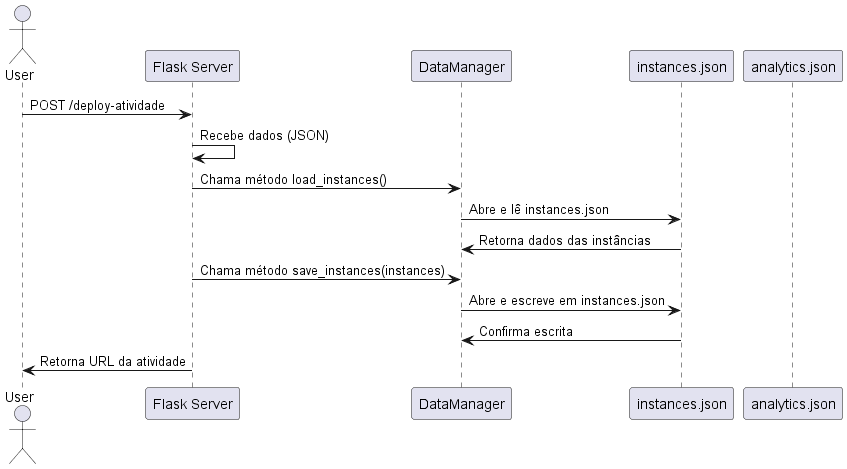
RogerioProgramming/WorkplaceSafety keeps this PlantUML diagram as out/Diagrams/sequenceDiagram/sequenceDiagram.png. Above is the earlier version.
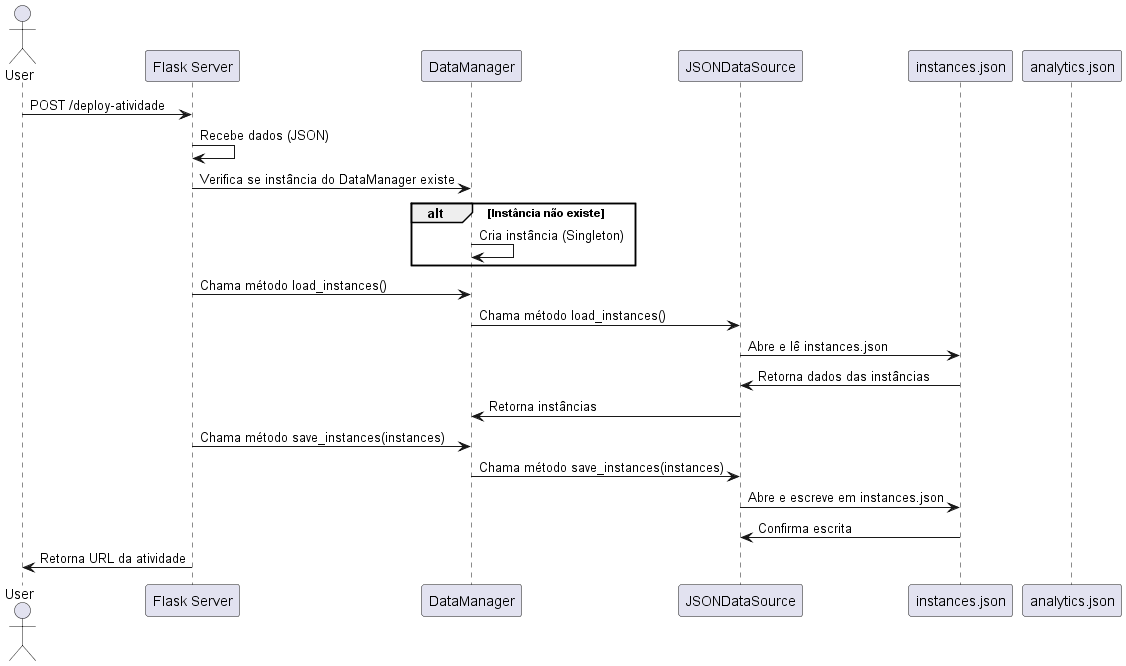
After the commit.

Commit message:
Atualização do projeto para utilizar o padrão Singleton com Adapter

What changed in the source:
```diff
@@ -3,17 +3,25 @@
 actor User
 participant "Flask Server" as Flask
 participant "DataManager" as DM
+participant "JSONDataSource" as DS
 participant "instances.json" as Instances
 participant "analytics.json" as Analytics
 
 User -> Flask : POST /deploy-atividade
 Flask -> Flask : Recebe dados (JSON)
+Flask -> DM : Verifica se instância do DataManager existe
+alt Instância não existe
+    DM -> DM : Cria instância (Singleton)
+end
 Flask -> DM : Chama método load_instances()
-DM -> Instances : Abre e lê instances.json
-Instances -> DM : Retorna dados das instâncias
+DM -> DS : Chama método load_instances()
+DS -> Instances : Abre e lê instances.json
+Instances -> DS : Retorna dados das instâncias
+DS -> DM : Retorna instâncias
 Flask -> DM : Chama método save_instances(instances)
-DM -> Instances : Abre e escreve em instances.json
-Instances -> DM : Confirma escrita
+DM -> DS : Chama método save_instances(instances)
+DS -> Instances : Abre e escreve em instances.json
+Instances -> DS : Confirma escrita
 Flask -> User : Retorna URL da atividade
 
 @enduml
```
